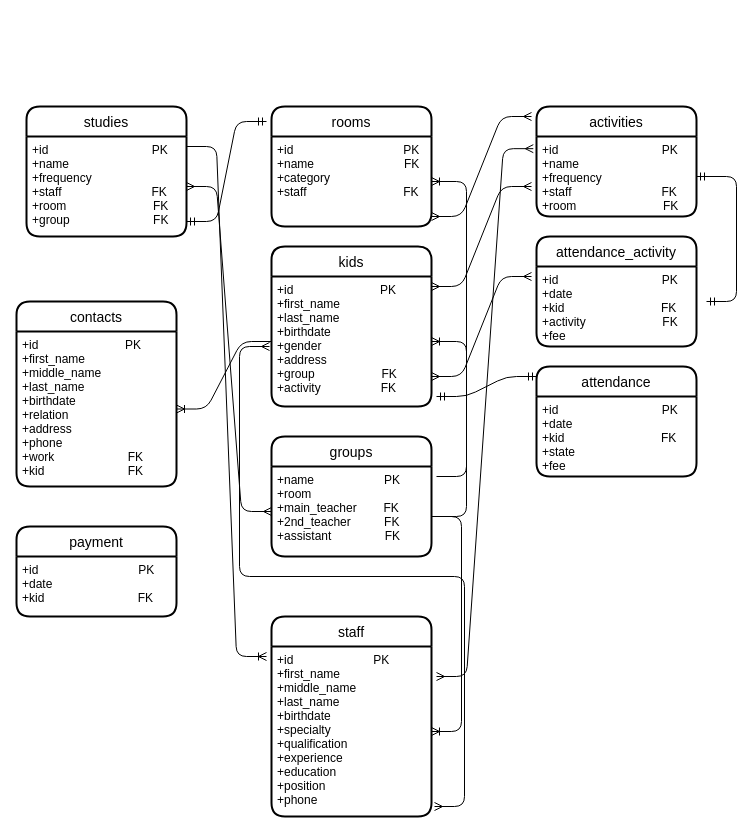
The draw.io diagram Kindergarten.drawio in Emma664/World-population, before the edit. Source tidied: cells renumbered, new cells numbered last; positions are measured from the earlier drawing's top-left corner, leaving out a move shared by most shapes. Both pictures are drawn from the tidied source at 100%, with x=0, y=0 at pixel (16, 106).
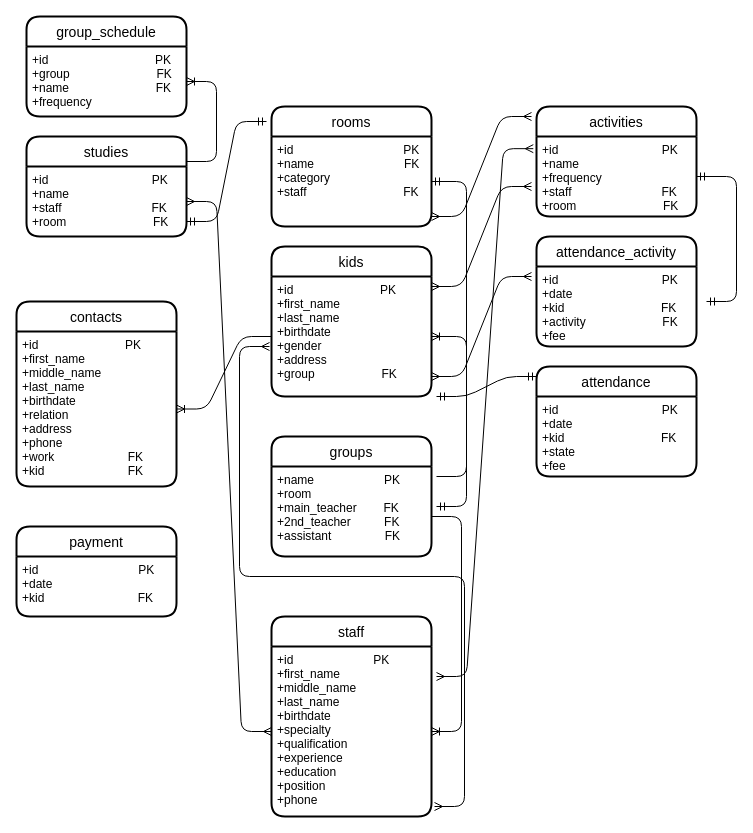
Above is the later version.

The change refers to these unchanged cells:
```xml
<mxCell id="7" value="+id                                 PK&#10;+name                           FK&#10;+category&#10;+staff                             FK" style="align=left;strokeColor=none;fillColor=none;spacingLeft=4;fontSize=12;verticalAlign=top;" parent="6" vertex="1">
  <mxGeometry y="30" width="160" height="90" as="geometry" />
</mxCell>
<mxCell id="14" value="+name                     PK&#10;+room&#10;+main_teacher        FK&#10;+2nd_teacher          FK&#10;+assistant                FK" style="align=left;strokeColor=none;fillColor=none;spacingLeft=4;fontSize=12;verticalAlign=top;" parent="13" vertex="1">
  <mxGeometry y="30" width="160" height="90" as="geometry" />
</mxCell>
<mxCell id="17" value="+id                        PK&#10;+first_name&#10;+middle_name&#10;+last_name&#10;+birthdate&#10;+specialty&#10;+qualification&#10;+experience&#10;+education&#10;+position&#10;+phone" style="align=left;strokeColor=none;fillColor=none;spacingLeft=4;fontSize=12;verticalAlign=top;" parent="16" vertex="1">
  <mxGeometry y="30" width="160" height="170" as="geometry" />
</mxCell>
```

Diff of the diagram source:
```diff
@@
-    <mxCell id="4" value="studies" style="swimlane;horizontal=1;startSize=30;rounded=1;fontSize=14;fontStyle=0;strokeWidth=2;shadow=0;dashed=0;align=center;" parent="1" vertex="1">
-      <mxGeometry x="10" width="160" height="130" as="geometry" />
-    </mxCell>
-    <mxCell id="5" value="+id                               PK&#10;+name&#10;+frequency&#10;+staff                           FK&#10;+room                          FK&#10;+group                         FK" style="align=left;strokeColor=none;fillColor=none;spacingLeft=4;fontSize=12;verticalAlign=top;" parent="4" vertex="1">
-      <mxGeometry y="30" width="160" height="100" as="geometry" />
-    </mxCell>
@@
-    <mxCell id="10" style="edgeStyle=entityRelationEdgeStyle;fontSize=12;html=1;endArrow=ERoneToMany;" parent="1" edge="1" target="7">
-      <mxGeometry relative="1" as="geometry">
-        <mxPoint x="420" y="410" as="sourcePoint" />
-      </mxGeometry>
-    </mxCell>
@@
-    <mxCell id="18" style="edgeStyle=entityRelationEdgeStyle;fontSize=12;html=1;endArrow=ERmany;startArrow=ERmany;" parent="1" edge="1" source="14" target="5">
-      <mxGeometry relative="1" as="geometry" />
-    </mxCell>
@@
-    <mxCell id="33" style="edgeStyle=entityRelationEdgeStyle;fontSize=12;html=1;endArrow=ERoneToMany;exitX=1;exitY=0.1;exitDx=0;exitDy=0;exitPerimeter=0;" parent="1" edge="1" source="5">
-      <mxGeometry relative="1" as="geometry">
-        <mxPoint x="250" y="550" as="targetPoint" />
-      </mxGeometry>
-    </mxCell>
     <mxCell id="34" value="kids" style="swimlane;horizontal=1;startSize=30;rounded=1;fontSize=14;fontStyle=0;strokeWidth=2;shadow=0;dashed=0;align=center;" parent="1" vertex="1">
-      <mxGeometry x="255" y="140" width="160" height="160" as="geometry" />
+      <mxGeometry x="255" y="140" width="160" height="150" as="geometry" />
     </mxCell>
-    <mxCell id="35" value="+id                          PK&#10;+first_name&#10;+last_name&#10;+birthdate&#10;+gender&#10;+address&#10;+group                    FK&#10;+activity                  FK" style="align=left;strokeColor=none;fillColor=none;spacingLeft=4;fontSize=12;verticalAlign=top;" parent="34" vertex="1">
-      <mxGeometry y="30" width="160" height="130" as="geometry" />
+    <mxCell id="35" value="+id                          PK&#10;+first_name&#10;+last_name&#10;+birthdate&#10;+gender&#10;+address&#10;+group                    FK" style="align=left;strokeColor=none;fillColor=none;spacingLeft=4;fontSize=12;verticalAlign=top;" parent="34" vertex="1">
+      <mxGeometry y="30" width="160" height="120" as="geometry" />
     </mxCell>
+    <mxCell id="4" value="studies" style="swimlane;horizontal=1;startSize=30;rounded=1;fontSize=14;fontStyle=0;strokeWidth=2;shadow=0;dashed=0;align=center;" parent="1" vertex="1">
+      <mxGeometry x="10" y="30" width="160" height="100" as="geometry" />
+    </mxCell>
+    <mxCell id="5" value="+id                               PK&#10;+name&#10;+staff                           FK&#10;+room                          FK" style="align=left;strokeColor=none;fillColor=none;spacingLeft=4;fontSize=12;verticalAlign=top;" parent="4" vertex="1">
+      <mxGeometry y="30" width="160" height="70" as="geometry" />
+    </mxCell>
+    <mxCell id="36" value="group_schedule" style="swimlane;horizontal=1;startSize=30;rounded=1;fontSize=14;fontStyle=0;strokeWidth=2;shadow=0;dashed=0;align=center;" parent="1" vertex="1">
+      <mxGeometry x="10" y="-90" width="160" height="100" as="geometry" />
+    </mxCell>
+    <mxCell id="37" value="+id                                PK&#10;+group                          FK&#10;+name                          FK&#10;+frequency                   " style="align=left;strokeColor=none;fillColor=none;spacingLeft=4;fontSize=12;verticalAlign=top;" parent="36" vertex="1">
+      <mxGeometry y="30" width="160" height="70" as="geometry" />
+    </mxCell>
+    <mxCell id="38" style="edgeStyle=entityRelationEdgeStyle;fontSize=12;html=1;endArrow=ERoneToMany;exitX=1;exitY=0.25;exitDx=0;exitDy=0;" parent="1" edge="1" source="4" target="37">
+      <mxGeometry relative="1" as="geometry" />
+    </mxCell>
+    <mxCell id="39" style="edgeStyle=entityRelationEdgeStyle;fontSize=12;html=1;endArrow=ERmandOne;startArrow=ERmandOne;" parent="1" edge="1" target="7">
+      <mxGeometry relative="1" as="geometry">
+        <mxPoint x="420" y="400" as="sourcePoint" />
+      </mxGeometry>
+    </mxCell>
+    <mxCell id="40" style="edgeStyle=entityRelationEdgeStyle;fontSize=12;html=1;endArrow=ERmany;startArrow=ERmany;" parent="1" edge="1" source="17" target="5">
+      <mxGeometry relative="1" as="geometry" />
+    </mxCell>
```
